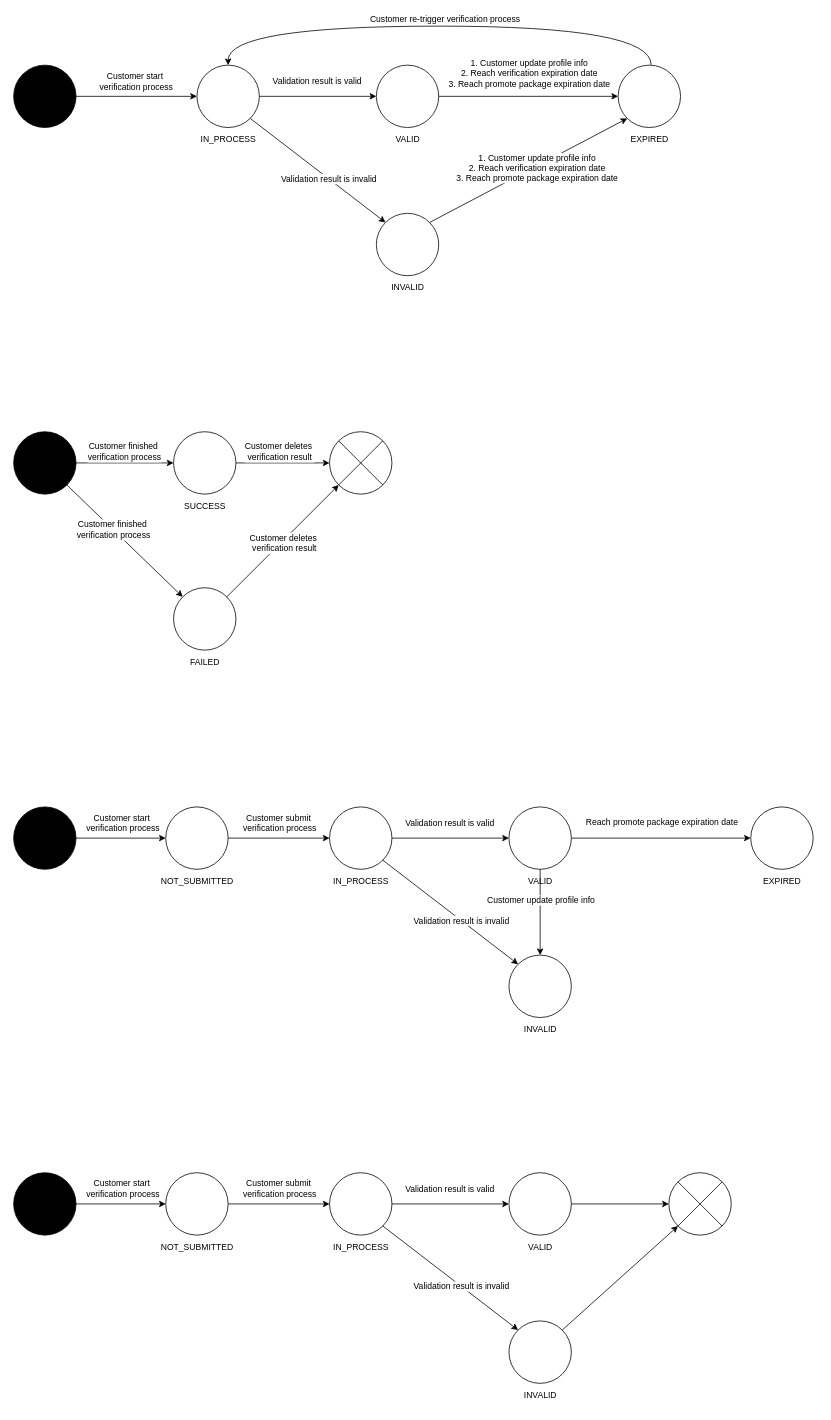
Earlier version of the draw.io diagram page "Status" (7 of 9) of verification_framework.drawio (huangshijie/Drawio). Source tidied: cells renumbered, new cells numbered last; positions are measured from the earlier drawing's top-left corner, leaving out a move shared by most shapes. Both pictures are drawn from the tidied source at 78%, with x=0, y=0 at pixel (13, 26).
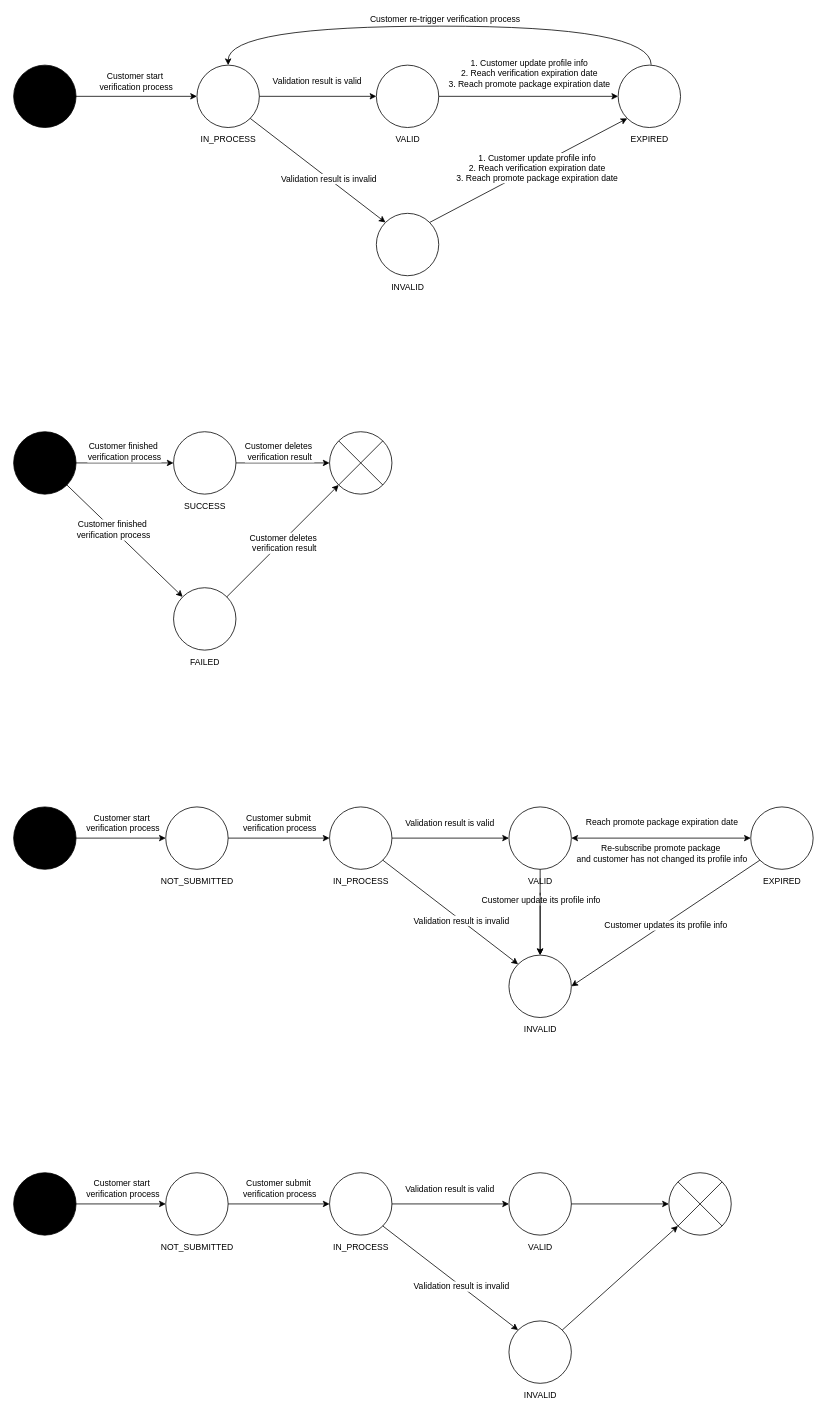
The same diagram, later.

Unchanged cells that the change refers to:
```xml
<mxCell id="51" style="ellipse;whiteSpace=wrap;html=1;fontSize=11;" parent="50" vertex="1">
  <mxGeometry x="5" width="80" height="80" as="geometry" />
</mxCell>
<mxCell id="54" style="ellipse;whiteSpace=wrap;html=1;fontSize=11;" parent="53" vertex="1">
  <mxGeometry x="5" width="80" height="80" as="geometry" />
</mxCell>
<mxCell id="55" value="&lt;span style=&quot;font-size: 11px; text-wrap: wrap;&quot;&gt;VALID&lt;/span&gt;" style="text;html=1;align=center;verticalAlign=middle;points=[];strokeColor=none;fillColor=none;fontSize=11;" parent="53" vertex="1">
  <mxGeometry x="20" y="80" width="50" height="30" as="geometry" />
</mxCell>
<mxCell id="57" style="ellipse;whiteSpace=wrap;html=1;fontSize=11;" parent="56" vertex="1">
  <mxGeometry x="5" width="80" height="80" as="geometry" />
</mxCell>
<mxCell id="99" style="endArrow=classic;html=1;rounded=0;exitX=0.5;exitY=1;exitDx=0;exitDy=0;entryX=0.5;entryY=0;entryDx=0;entryDy=0;" parent="1" edge="1" source="54" target="57">
  <mxGeometry relative="1" as="geometry" />
</mxCell>
```

Diff of the diagram source:
```diff
@@
-    <mxCell id="65" style="endArrow=classic;html=1;rounded=0;exitX=1;exitY=0.5;exitDx=0;exitDy=0;fontSize=11;" parent="1" edge="1" source="54" target="51">
+    <mxCell id="65" style="endArrow=classic;html=1;rounded=0;exitX=1;exitY=0.5;exitDx=0;exitDy=0;fontSize=11;startArrow=classic;startFill=1;" parent="1" edge="1" source="54" target="51">
       <mxGeometry relative="1" as="geometry" />
     </mxCell>
@@
+    <mxCell id="101" value="Re-subscribe promote package&amp;nbsp;&lt;div&gt;and customer has not changed its profile info&lt;/div&gt;" style="edgeLabel;html=1;align=center;verticalAlign=middle;" parent="65" vertex="1">
+      <mxGeometry x="-0.25" y="-1" relative="1" as="geometry">
+        <mxPoint x="29" y="18" as="offset" />
+      </mxGeometry>
+    </mxCell>
@@
-    <mxCell id="100" value="Customer update profile info" style="edgeLabel;html=1;align=center;verticalAlign=middle;" parent="99" vertex="1">
+    <mxCell id="100" value="Customer update its profile info" style="edgeLabel;html=1;align=center;verticalAlign=middle;" parent="99" vertex="1">
       <mxGeometry x="-0.04" y="1" relative="1" as="geometry">
         <mxPoint x="-1" y="-14" as="offset" />
       </mxGeometry>
     </mxCell>
+    <mxCell id="102" style="endArrow=classic;html=1;rounded=0;exitX=0;exitY=1;exitDx=0;exitDy=0;entryX=1;entryY=0.5;entryDx=0;entryDy=0;" parent="1" edge="1" source="51" target="57">
+      <mxGeometry relative="1" as="geometry" />
+    </mxCell>
+    <mxCell id="103" value="Customer updates its profile info" style="edgeLabel;html=1;align=center;verticalAlign=middle;" parent="102" vertex="1">
+      <mxGeometry x="0.02" y="1" relative="1" as="geometry">
+        <mxPoint x="1" as="offset" />
+      </mxGeometry>
+    </mxCell>
+    <mxCell id="104" style="edgeStyle=orthogonalEdgeStyle;rounded=0;jettySize=auto;html=1;" parent="1" edge="1" source="55" target="57">
+      <mxGeometry relative="1" as="geometry" />
+    </mxCell>
```
